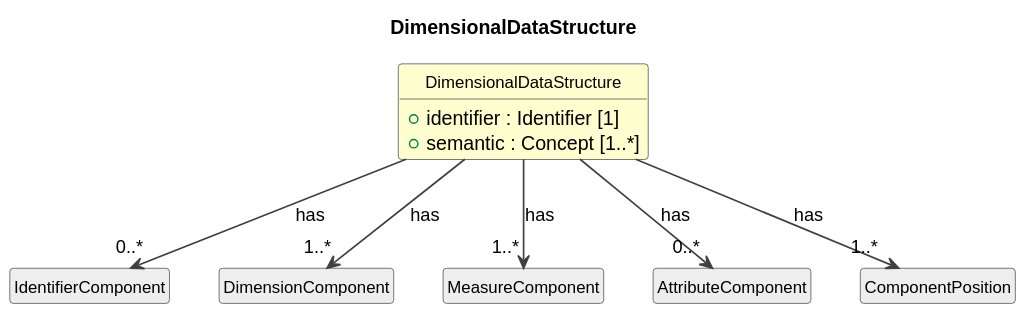
The PlantUML diagram cdif-uml-model/_plantuml/cdifDataStructure/Classes/DimensionalDataStructure.svg in Cross-Domain-Interoperability-Framework/metadataBuildingBlocks, before a commit.
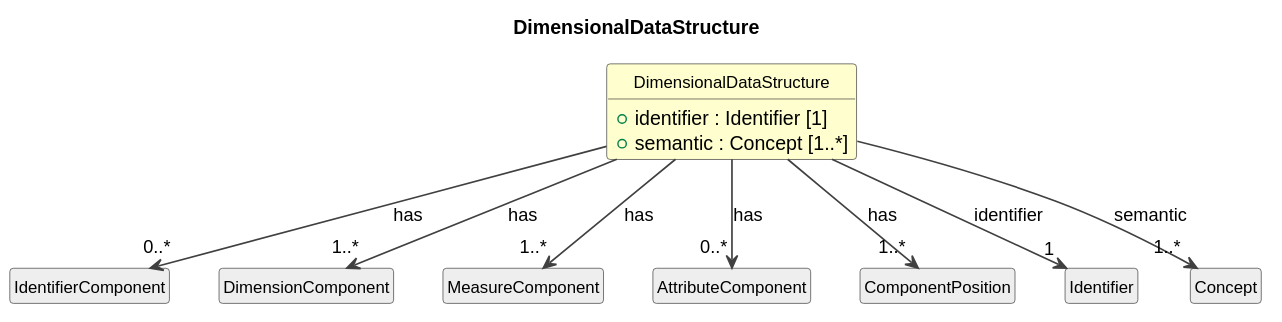
After the change.

The edit, as a diff of the source:
```diff
@@ -24,4 +24,8 @@
 DimensionalDataStructure --> "0..*" AttributeComponent : has
 class "ComponentPosition" as ComponentPosition #EEEEEE
 DimensionalDataStructure --> "1..*" ComponentPosition : has
+class "Identifier" as Identifier #EEEEEE
+DimensionalDataStructure --> "1" Identifier : identifier
+class "Concept" as Concept #EEEEEE
+DimensionalDataStructure --> "1..*" Concept : semantic
 @enduml
```
